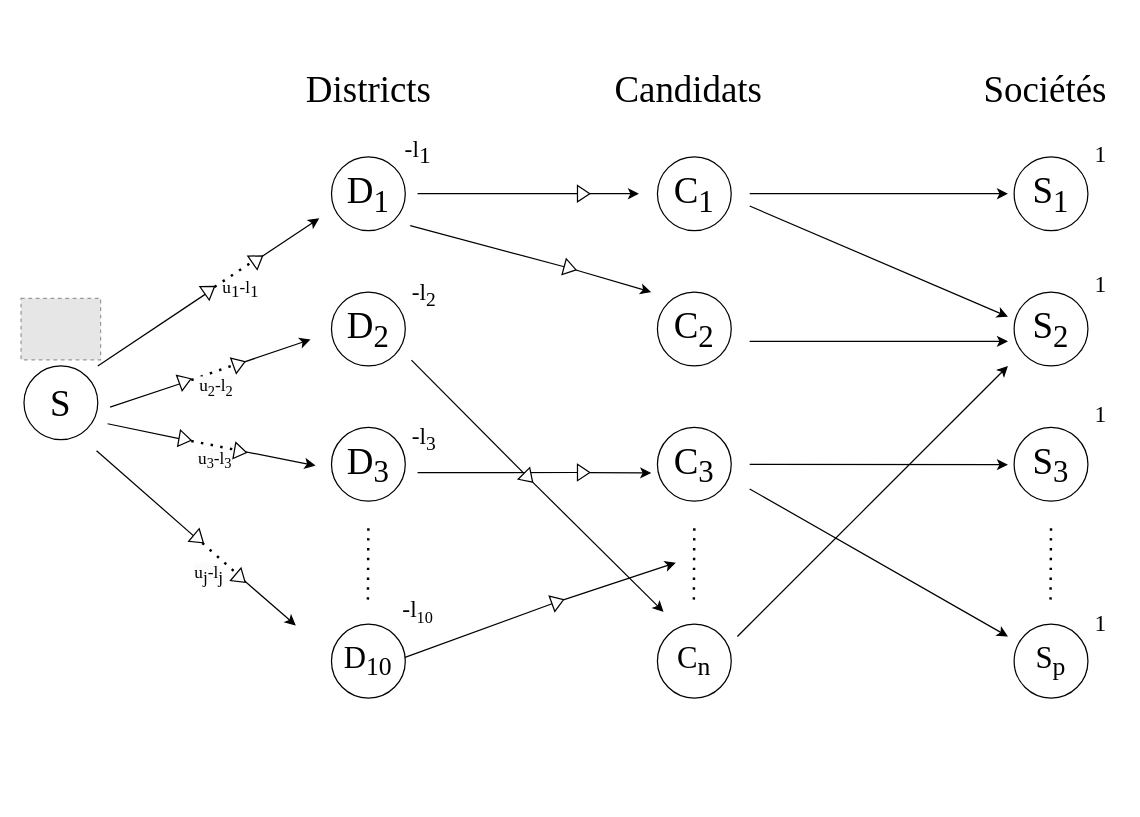
The draw.io diagram diagram.drawio in samuelroland/GRE-Labo3-Assemblee, before the edit. Source tidied: cells renumbered, new cells numbered last; positions are measured from the earlier drawing's top-left corner, leaving out a move shared by most shapes. Both pictures are drawn from the tidied source at 123%, with x=0, y=0 at pixel (21, 21). Pictures stored in the file or linked from it are replaced by grey dashed boxes.
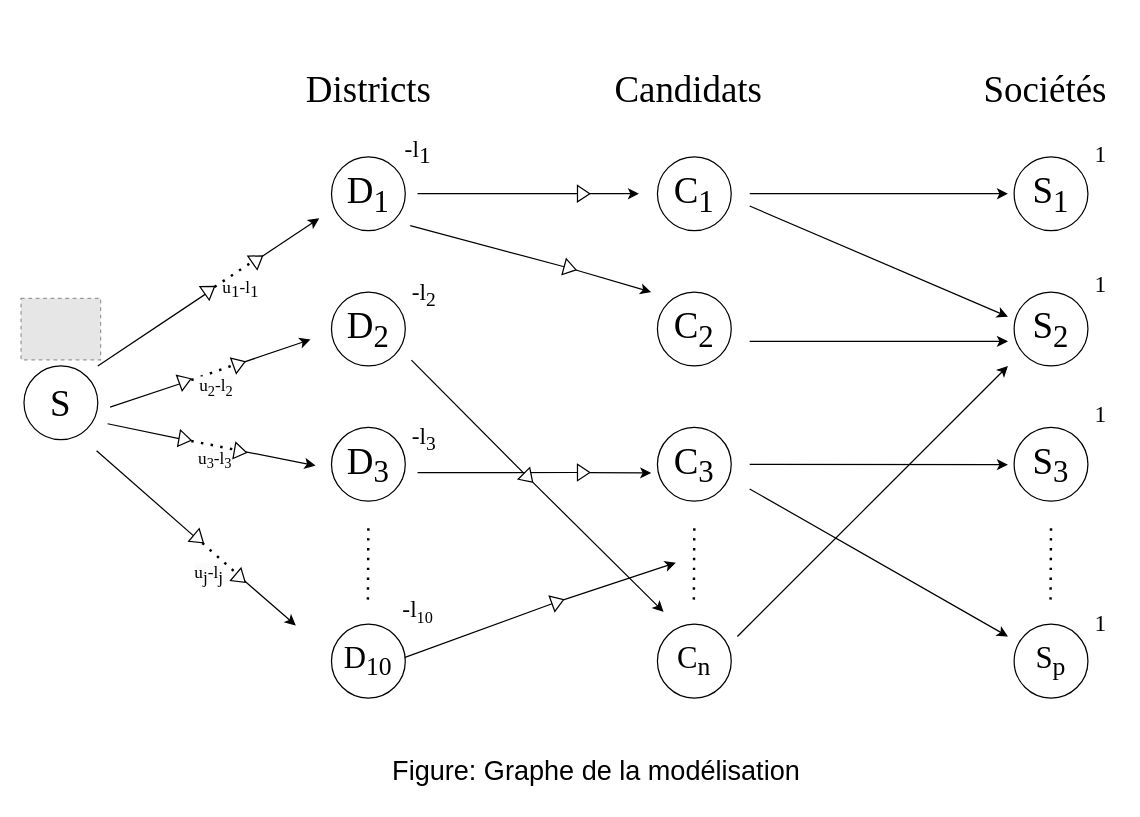
The same diagram, later.

Commit message (it also covers changes not shown here):
Update diagram with figure title

Diff of the diagram source:
```diff
@@
+    <mxCell id="90" value="&lt;span style=&quot;background-color: initial; font-size: 22px;&quot;&gt;Figure: Graphe de la modélisation&lt;/span&gt;" style="text;html=1;align=center;verticalAlign=middle;strokeColor=none;fillColor=none;fontSize=22;" parent="1" vertex="1">
+      <mxGeometry x="292" y="590" width="350" height="40" as="geometry" />
+    </mxCell>
```
